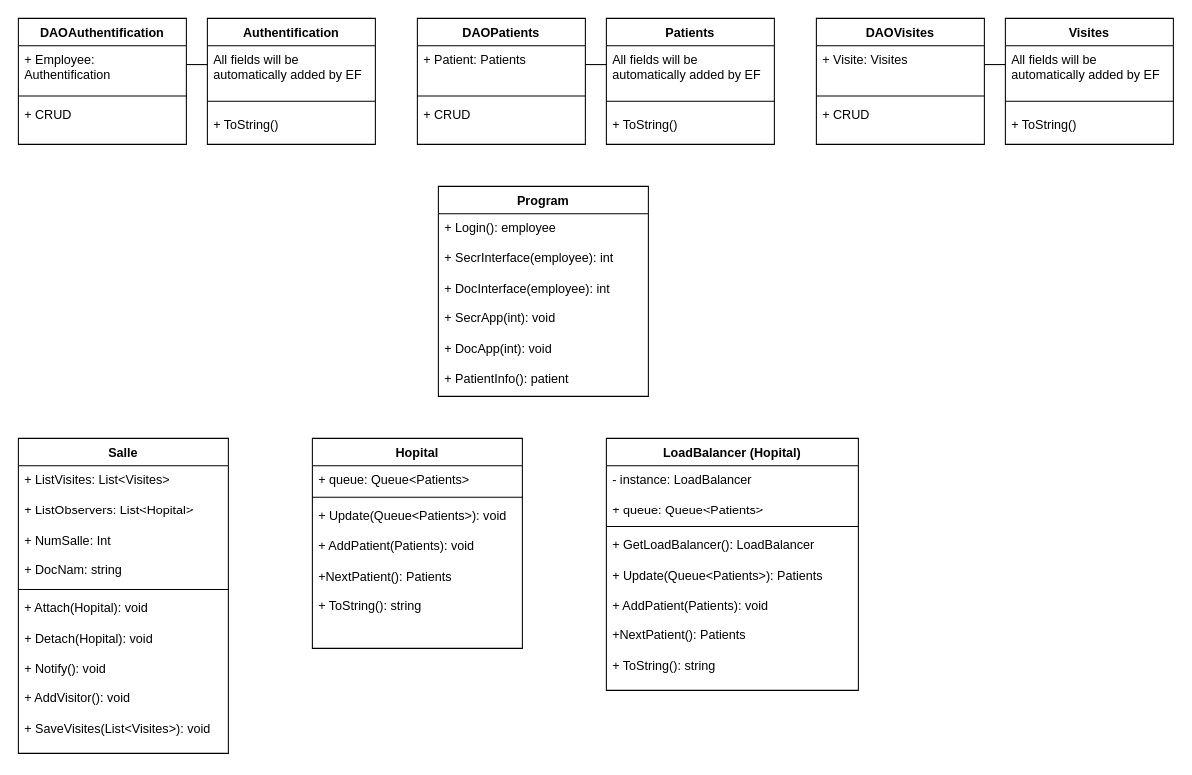
The draw.io diagram DiagHopital.drawio in Pierre-Eloi/AJC_ProjetHopital, before the edit. Source tidied: cells renumbered, new cells numbered last; positions are measured from the earlier drawing's top-left corner, leaving out a move shared by most shapes. Both pictures are drawn from the tidied source at 105%, with x=0, y=0 at pixel (18, 18).
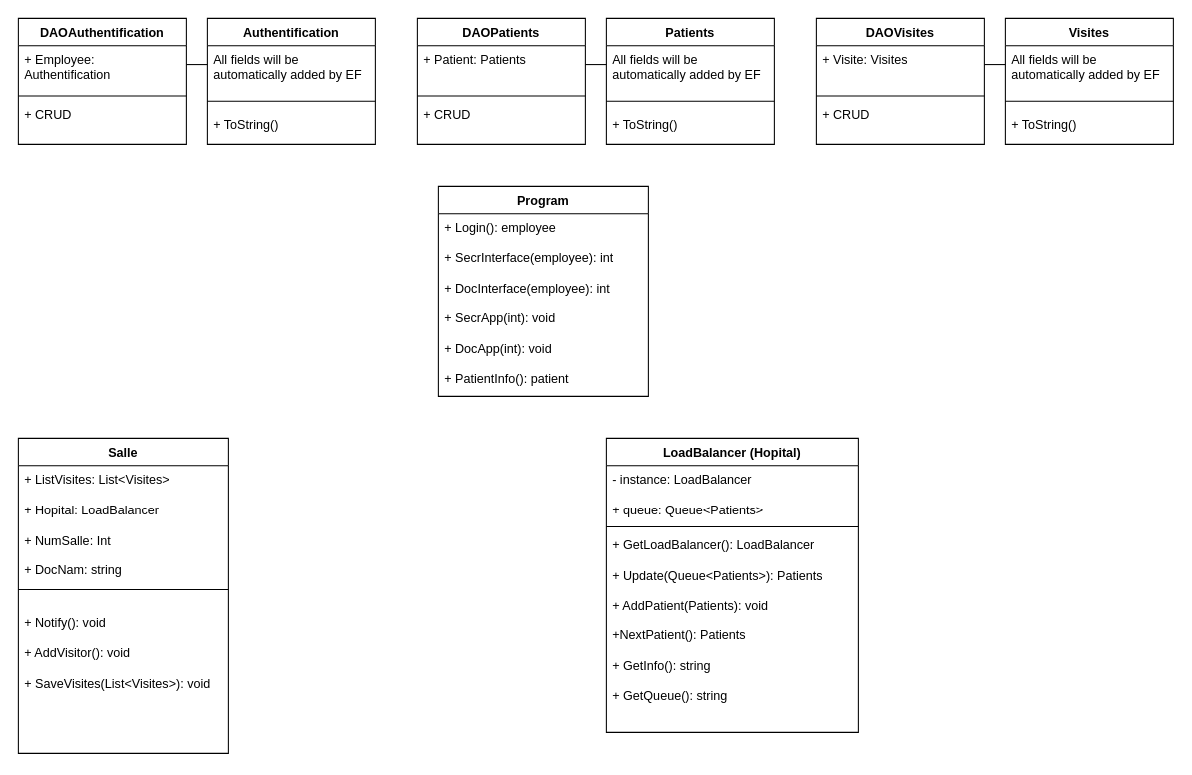
The same page after the edit.

Commit message:
Mettre à jour DiagHopital.drawio

Unchanged cells that the change refers to:
```xml
<mxCell id="31" value="Salle" style="swimlane;fontStyle=1;align=center;verticalAlign=top;horizontal=1;startSize=26;whiteSpace=wrap;html=1;" parent="1" vertex="1">
  <mxGeometry y="400" width="200" height="300" as="geometry" />
</mxCell>
```

What changed in the source:
```diff
@@
-    <mxCell id="32" value="+ ListVisites: List&amp;lt;Visites&amp;gt;&lt;br&gt;&lt;br&gt;+ ListObservers: List&amp;lt;Hopital&amp;gt;&lt;br&gt;&lt;br&gt;+ NumSalle: Int&lt;br&gt;&lt;br&gt;+ DocNam: string" style="text;strokeColor=none;fillColor=none;align=left;verticalAlign=top;spacingLeft=4;spacingRight=4;overflow=hidden;whiteSpace=wrap;html=1;" parent="31" vertex="1">
+    <mxCell id="32" value="+ ListVisites: List&amp;lt;Visites&amp;gt;&lt;br&gt;&lt;br&gt;+ Hopital: LoadBalancer&lt;br&gt;&lt;br&gt;+ NumSalle: Int&lt;br&gt;&lt;br&gt;+ DocNam: string" style="text;strokeColor=none;fillColor=none;align=left;verticalAlign=top;spacingLeft=4;spacingRight=4;overflow=hidden;whiteSpace=wrap;html=1;" parent="31" vertex="1">
       <mxGeometry y="26" width="200" height="114" as="geometry" />
     </mxCell>
@@
-    <mxCell id="34" value="+ Attach(Hopital): void&lt;br&gt;&lt;br&gt;+ Detach(Hopital): void&lt;br&gt;&lt;br&gt;+ Notify(): void&lt;br&gt;&lt;br&gt;+ AddVisitor(): void&lt;br&gt;&lt;br&gt;+ SaveVisites(List&amp;lt;Visites&amp;gt;): void" style="text;strokeColor=none;fillColor=none;align=left;verticalAlign=top;spacingLeft=4;spacingRight=4;overflow=hidden;whiteSpace=wrap;html=1;" parent="31" vertex="1">
+    <mxCell id="34" value="&lt;br&gt;+ Notify(): void&lt;br&gt;&lt;br&gt;+ AddVisitor(): void&lt;br&gt;&lt;br&gt;+ SaveVisites(List&amp;lt;Visites&amp;gt;): void" style="text;strokeColor=none;fillColor=none;align=left;verticalAlign=top;spacingLeft=4;spacingRight=4;overflow=hidden;whiteSpace=wrap;html=1;" parent="31" vertex="1">
       <mxGeometry y="148" width="200" height="152" as="geometry" />
     </mxCell>
-    <mxCell id="35" value="Hopital" style="swimlane;fontStyle=1;align=center;verticalAlign=top;horizontal=1;startSize=26;whiteSpace=wrap;html=1;" parent="1" vertex="1">
-      <mxGeometry x="280" y="400" width="200" height="200" as="geometry" />
-    </mxCell>
-    <mxCell id="36" value="+ queue: Queue&amp;lt;Patients&amp;gt;" style="text;strokeColor=none;fillColor=none;align=left;verticalAlign=top;spacingLeft=4;spacingRight=4;overflow=hidden;whiteSpace=wrap;html=1;" parent="35" vertex="1">
-      <mxGeometry y="26" width="200" height="26" as="geometry" />
-    </mxCell>
-    <mxCell id="37" style="line;strokeWidth=1;fillColor=none;align=left;verticalAlign=middle;spacingTop=-1;spacingLeft=3;spacingRight=3;labelPosition=right;strokeColor=inherit;" parent="35" vertex="1">
-      <mxGeometry y="52" width="200" height="8" as="geometry" />
-    </mxCell>
-    <mxCell id="38" value="+ Update(Queue&amp;lt;Patients&amp;gt;): void&lt;br&gt;&lt;br&gt;+ AddPatient(Patients): void&lt;br&gt;&lt;br&gt;+NextPatient(): Patients&lt;br&gt;&lt;br&gt;+ ToString(): string" style="text;strokeColor=none;fillColor=none;align=left;verticalAlign=top;spacingLeft=4;spacingRight=4;overflow=hidden;whiteSpace=wrap;html=1;" parent="35" vertex="1">
-      <mxGeometry y="60" width="200" height="140" as="geometry" />
-    </mxCell>
     <mxCell id="39" value="LoadBalancer (Hopital)" style="swimlane;fontStyle=1;align=center;verticalAlign=top;horizontal=1;startSize=26;whiteSpace=wrap;html=1;" parent="1" vertex="1">
-      <mxGeometry x="560" y="400" width="240" height="240" as="geometry" />
+      <mxGeometry x="560" y="400" width="240" height="280" as="geometry" />
     </mxCell>
@@
-    <mxCell id="42" value="+ GetLoadBalancer(): LoadBalancer&lt;br&gt;&lt;br&gt;+ Update(Queue&amp;lt;Patients&amp;gt;): Patients&lt;br&gt;&lt;br&gt;+ AddPatient(Patients): void&lt;br style=&quot;border-color: var(--border-color);&quot;&gt;&lt;br style=&quot;border-color: var(--border-color);&quot;&gt;+NextPatient(): Patients&lt;br style=&quot;border-color: var(--border-color);&quot;&gt;&lt;br style=&quot;border-color: var(--border-color);&quot;&gt;+ ToString(): string" style="text;strokeColor=none;fillColor=none;align=left;verticalAlign=top;spacingLeft=4;spacingRight=4;overflow=hidden;whiteSpace=wrap;html=1;" parent="39" vertex="1">
-      <mxGeometry y="88" width="240" height="152" as="geometry" />
+    <mxCell id="42" value="+ GetLoadBalancer(): LoadBalancer&lt;br&gt;&lt;br&gt;+ Update(Queue&amp;lt;Patients&amp;gt;): Patients&lt;br&gt;&lt;br&gt;+ AddPatient(Patients): void&lt;br style=&quot;border-color: var(--border-color);&quot;&gt;&lt;br style=&quot;border-color: var(--border-color);&quot;&gt;+NextPatient(): Patients&lt;br style=&quot;border-color: var(--border-color);&quot;&gt;&lt;br style=&quot;border-color: var(--border-color);&quot;&gt;+ GetInfo(): string&lt;br&gt;&lt;br&gt;+ GetQueue(): string" style="text;strokeColor=none;fillColor=none;align=left;verticalAlign=top;spacingLeft=4;spacingRight=4;overflow=hidden;whiteSpace=wrap;html=1;" parent="39" vertex="1">
+      <mxGeometry y="88" width="240" height="192" as="geometry" />
     </mxCell>
```
